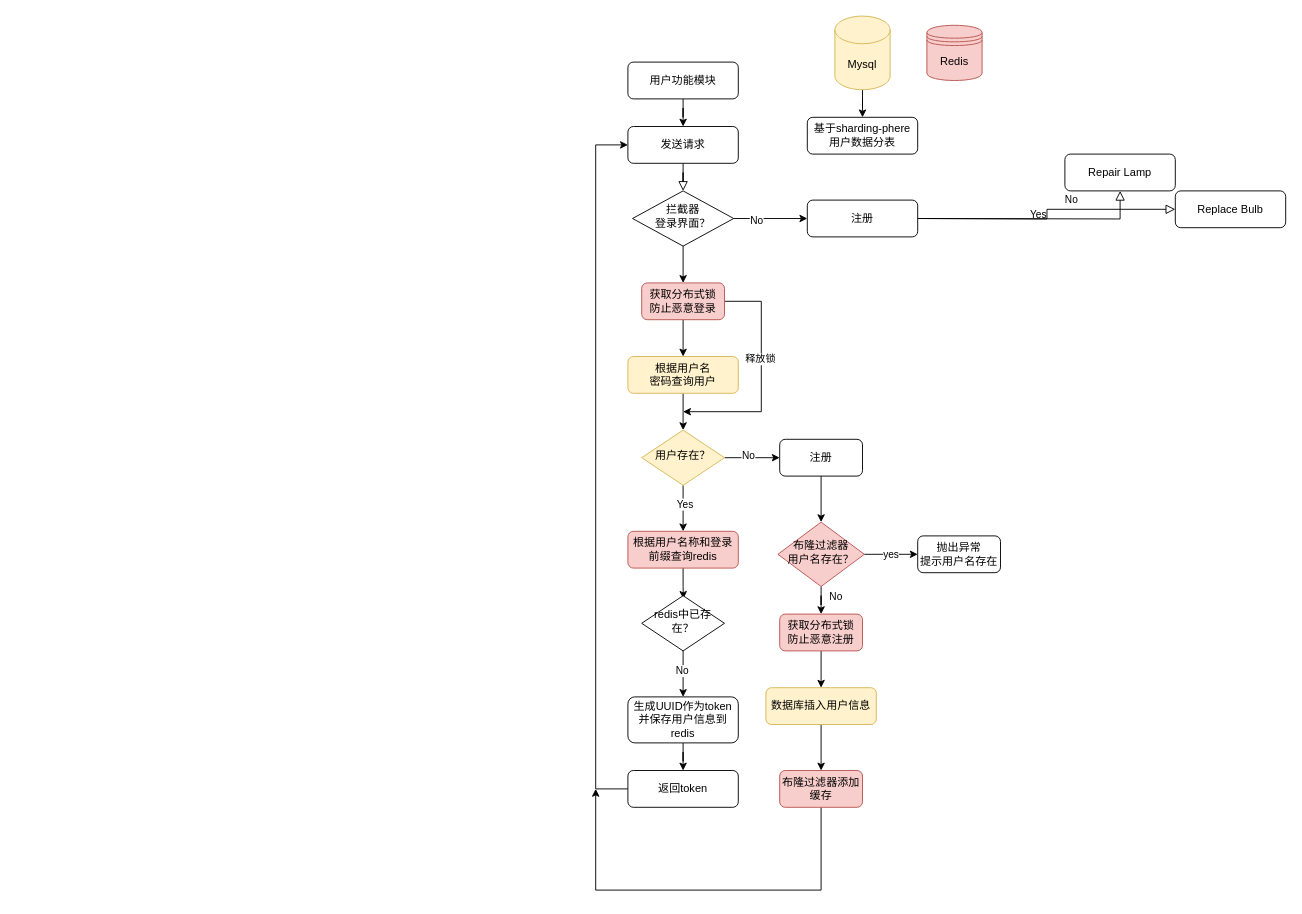
Pandaxia8/Test keeps this draw.io diagram as 短链接系统.drawio. Above is the earlier version. Source tidied: cells renumbered, new cells numbered last; positions are measured from the earlier drawing's top-left corner, leaving out a move shared by most shapes. Both pictures are drawn from the tidied source at 92%, with x=0, y=0 at pixel (595, 16).
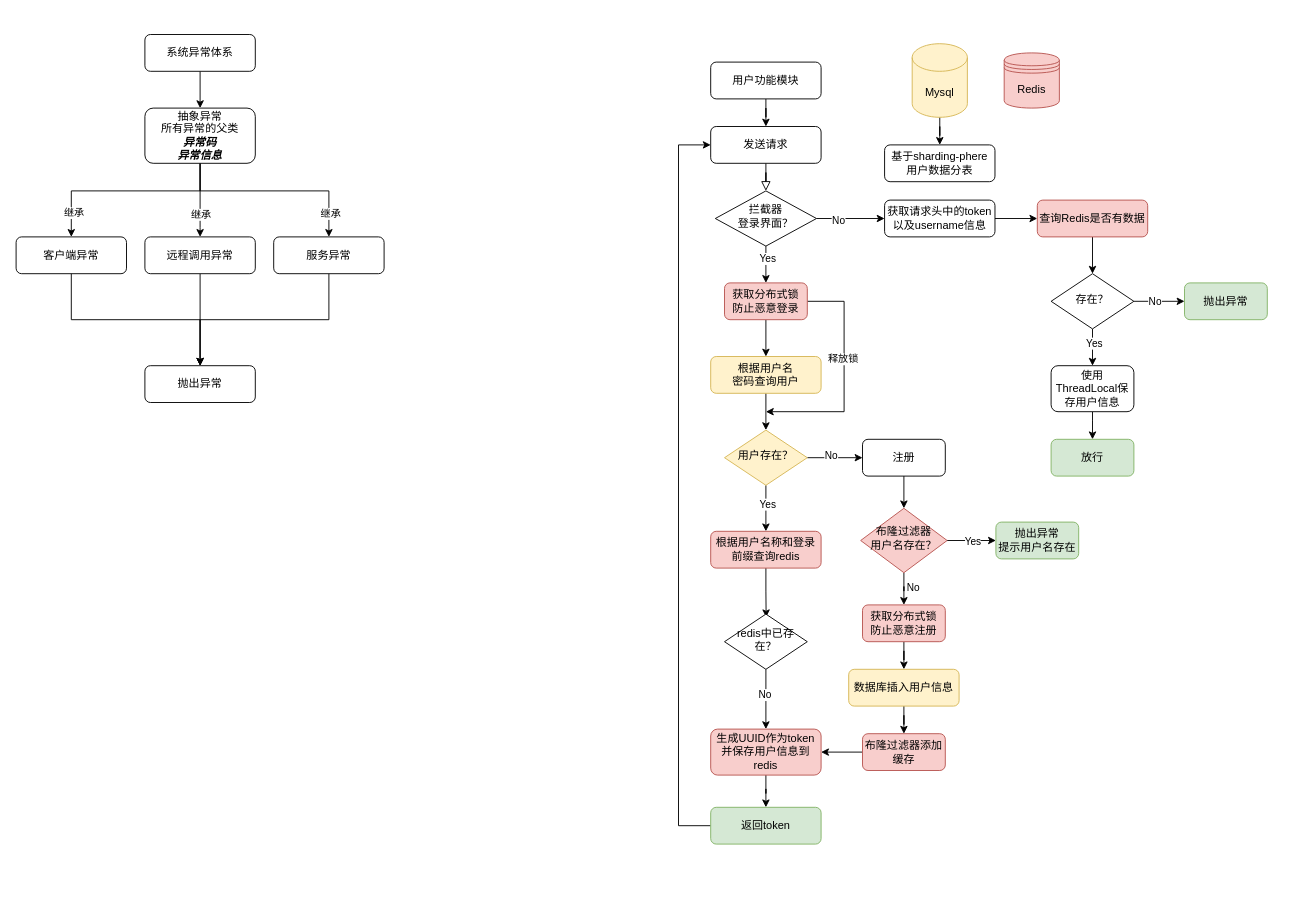
The same diagram, later.

Commit message (it also covers changes not shown here):
更新短链接系统.drawio

The change refers to these unchanged cells:
```xml
<mxCell id="37" style="edgeStyle=orthogonalEdgeStyle;rounded=0;jettySize=auto;html=1;" parent="1" edge="1" source="41" target="42">
  <mxGeometry relative="1" as="geometry" />
</mxCell>
<mxCell id="39" style="edgeStyle=orthogonalEdgeStyle;rounded=0;jettySize=auto;html=1;" parent="1" edge="1" source="41" target="44">
  <mxGeometry relative="1" as="geometry" />
</mxCell>
```

Diff of the diagram source:
```diff
@@
     <mxCell id="3" value="发送请求" style="rounded=1;whiteSpace=wrap;html=1;fontSize=12;glass=0;strokeWidth=1;shadow=0;" parent="1" vertex="1">
-      <mxGeometry x="35" y="120" width="120" height="40" as="geometry" />
+      <mxGeometry x="125" y="120" width="120" height="40" as="geometry" />
     </mxCell>
@@
     <mxCell id="6" style="edgeStyle=orthogonalEdgeStyle;rounded=0;jettySize=auto;html=1;" parent="1" edge="1" source="7" target="48">
-      <mxGeometry relative="1" as="geometry" />
+      <mxGeometry relative="1" as="geometry">
+        <Array as="points">
+          <mxPoint x="185" y="260" />
+          <mxPoint x="185" y="260" />
+        </Array>
+      </mxGeometry>
     </mxCell>
+    <mxCell id="53" value="Yes" style="edgeLabel;html=1;align=center;verticalAlign=middle;" parent="6" vertex="1">
+      <mxGeometry x="-0.34" y="1" relative="1" as="geometry" />
+    </mxCell>
     <mxCell id="7" value="拦截器&lt;br&gt;登录界面？" style="rhombus;whiteSpace=wrap;html=1;shadow=0;fontFamily=Helvetica;fontSize=12;align=center;strokeWidth=1;spacing=6;spacingTop=-4;" parent="1" vertex="1">
-      <mxGeometry x="40" y="190" width="110" height="60" as="geometry" />
+      <mxGeometry x="130" y="190" width="110" height="60" as="geometry" />
     </mxCell>
@@
     <mxCell id="9" value="根据用户名&lt;br&gt;密码查询用户" style="rounded=1;whiteSpace=wrap;html=1;fontSize=12;glass=0;strokeWidth=1;shadow=0;fillColor=#fff2cc;strokeColor=#d6b656;" parent="1" vertex="1">
-      <mxGeometry x="35" y="370" width="120" height="40" as="geometry" />
+      <mxGeometry x="125" y="370" width="120" height="40" as="geometry" />
     </mxCell>
-    <mxCell id="10" value="No" style="rounded=0;html=1;jettySize=auto;fontSize=11;endArrow=block;endFill=0;endSize=8;strokeWidth=1;shadow=0;labelBackgroundColor=none;edgeStyle=orthogonalEdgeStyle;" parent="1" edge="1" target="12">
-      <mxGeometry x="0.33" y="20" relative="1" as="geometry">
-        <mxPoint x="350" y="220" as="sourcePoint" />
-      </mxGeometry>
-    </mxCell>
-    <mxCell id="11" value="Yes" style="edgeStyle=orthogonalEdgeStyle;rounded=0;html=1;jettySize=auto;fontSize=11;endArrow=block;endFill=0;endSize=8;strokeWidth=1;shadow=0;labelBackgroundColor=none;" parent="1" edge="1" target="13">
-      <mxGeometry y="10" relative="1" as="geometry">
-        <mxPoint x="350" y="220" as="sourcePoint" />
-      </mxGeometry>
-    </mxCell>
-    <mxCell id="12" value="Repair Lamp" style="rounded=1;whiteSpace=wrap;html=1;fontSize=12;glass=0;strokeWidth=1;shadow=0;" parent="1" vertex="1">
-      <mxGeometry x="510" y="150" width="120" height="40" as="geometry" />
-    </mxCell>
-    <mxCell id="13" value="Replace Bulb" style="rounded=1;whiteSpace=wrap;html=1;fontSize=12;glass=0;strokeWidth=1;shadow=0;" parent="1" vertex="1">
-      <mxGeometry x="630" y="190" width="120" height="40" as="geometry" />
-    </mxCell>
@@
     <mxCell id="15" value="Mysql" style="shape=cylinder3;whiteSpace=wrap;html=1;boundedLbl=1;backgroundOutline=1;size=15;fillColor=#fff2cc;strokeColor=#d6b656;" parent="1" vertex="1">
-      <mxGeometry x="260" width="60" height="80" as="geometry" />
+      <mxGeometry x="344" y="30" width="60" height="80" as="geometry" />
     </mxCell>
     <mxCell id="16" value="Redis" style="shape=datastore;whiteSpace=wrap;html=1;fillColor=#f8cecc;strokeColor=#b85450;" parent="1" vertex="1">
-      <mxGeometry x="360" y="10" width="60" height="60" as="geometry" />
+      <mxGeometry x="444" y="40" width="60" height="60" as="geometry" />
     </mxCell>
     <mxCell id="17" value="基于sharding-phere&lt;br&gt;用户数据分表" style="whiteSpace=wrap;html=1;rounded=1;" parent="1" vertex="1">
-      <mxGeometry x="230" y="110" width="120" height="40" as="geometry" />
+      <mxGeometry x="314" y="140" width="120" height="40" as="geometry" />
     </mxCell>
@@
     <mxCell id="19" value="用户功能模块" style="rounded=1;whiteSpace=wrap;html=1;fontSize=12;glass=0;strokeWidth=1;shadow=0;" parent="1" vertex="1">
-      <mxGeometry x="35" y="50" width="120" height="40" as="geometry" />
+      <mxGeometry x="125" y="50" width="120" height="40" as="geometry" />
     </mxCell>
@@
     <mxCell id="24" value="用户存在？" style="rhombus;whiteSpace=wrap;html=1;shadow=0;fontFamily=Helvetica;fontSize=12;align=center;strokeWidth=1;spacing=6;spacingTop=-4;fillColor=#fff2cc;strokeColor=#d6b656;" parent="1" vertex="1">
-      <mxGeometry x="50" y="450" width="90" height="60" as="geometry" />
+      <mxGeometry x="140" y="450" width="90" height="60" as="geometry" />
     </mxCell>
     <mxCell id="25" style="edgeStyle=orthogonalEdgeStyle;rounded=0;jettySize=auto;html=1;" parent="1" edge="1" source="26" target="41">
       <mxGeometry relative="1" as="geometry">
         <Array as="points">
-          <mxPoint x="245" y="580" />
-          <mxPoint x="243" y="580" />
+          <mxPoint x="335" y="580" />
+          <mxPoint x="333" y="580" />
         </Array>
       </mxGeometry>
     </mxCell>
     <mxCell id="26" value="注册" style="rounded=1;whiteSpace=wrap;html=1;fontSize=12;glass=0;strokeWidth=1;shadow=0;" parent="1" vertex="1">
-      <mxGeometry x="200" y="460" width="90" height="40" as="geometry" />
+      <mxGeometry x="290" y="460" width="90" height="40" as="geometry" />
     </mxCell>
@@
     <mxCell id="28" value="根据用户名称和登录前缀查询redis" style="rounded=1;whiteSpace=wrap;html=1;fontSize=12;glass=0;strokeWidth=1;shadow=0;fillColor=#f8cecc;strokeColor=#b85450;" parent="1" vertex="1">
-      <mxGeometry x="35" y="560" width="120" height="40" as="geometry" />
+      <mxGeometry x="125" y="560" width="120" height="40" as="geometry" />
     </mxCell>
@@
     <mxCell id="31" value="redis中已存在？" style="rhombus;whiteSpace=wrap;html=1;shadow=0;fontFamily=Helvetica;fontSize=12;align=center;strokeWidth=1;spacing=6;spacingTop=-4;" parent="1" vertex="1">
-      <mxGeometry x="50" y="630" width="90" height="60" as="geometry" />
+      <mxGeometry x="140" y="650" width="90" height="60" as="geometry" />
     </mxCell>
@@
-    <mxCell id="33" value="生成UUID作为token&lt;br&gt;并保存用户信息到redis" style="rounded=1;whiteSpace=wrap;html=1;fontSize=12;glass=0;strokeWidth=1;shadow=0;" parent="1" vertex="1">
-      <mxGeometry x="35" y="740" width="120" height="50" as="geometry" />
+    <mxCell id="33" value="生成UUID作为token&lt;br&gt;并保存用户信息到redis" style="rounded=1;whiteSpace=wrap;html=1;fontSize=12;glass=0;strokeWidth=1;shadow=0;fillColor=#f8cecc;strokeColor=#b85450;" parent="1" vertex="1">
+      <mxGeometry x="125" y="775" width="120" height="50" as="geometry" />
     </mxCell>
     <mxCell id="34" style="edgeStyle=orthogonalEdgeStyle;rounded=0;jettySize=auto;html=1;exitX=0;exitY=0.5;exitDx=0;exitDy=0;entryX=0;entryY=0.5;entryDx=0;entryDy=0;" parent="1" edge="1" source="35" target="3">
       <mxGeometry relative="1" as="geometry">
         <Array as="points">
-          <mxPoint y="840" />
-          <mxPoint y="140" />
+          <mxPoint x="90" y="880" />
+          <mxPoint x="90" y="140" />
         </Array>
       </mxGeometry>
     </mxCell>
-    <mxCell id="35" value="返回token" style="rounded=1;whiteSpace=wrap;html=1;fontSize=12;glass=0;strokeWidth=1;shadow=0;" parent="1" vertex="1">
-      <mxGeometry x="35" y="820" width="120" height="40" as="geometry" />
+    <mxCell id="35" value="返回token" style="rounded=1;whiteSpace=wrap;html=1;fontSize=12;glass=0;strokeWidth=1;shadow=0;fillColor=#d5e8d4;strokeColor=#82b366;" parent="1" vertex="1">
+      <mxGeometry x="125" y="860" width="120" height="40" as="geometry" />
     </mxCell>
+    <mxCell id="54" style="edgeStyle=orthogonalEdgeStyle;rounded=0;jettySize=auto;html=1;" parent="1" edge="1" source="36" target="57">
+      <mxGeometry relative="1" as="geometry" />
+    </mxCell>
-    <mxCell id="36" value="注册" style="rounded=1;whiteSpace=wrap;html=1;fontSize=12;glass=0;strokeWidth=1;shadow=0;" parent="1" vertex="1">
-      <mxGeometry x="230" y="200" width="120" height="40" as="geometry" />
+    <mxCell id="36" value="获取请求头中的token以及username信息" style="rounded=1;whiteSpace=wrap;html=1;fontSize=12;glass=0;strokeWidth=1;shadow=0;" parent="1" vertex="1">
+      <mxGeometry x="314" y="200" width="120" height="40" as="geometry" />
     </mxCell>
@@
-    <mxCell id="38" value="yes" style="edgeLabel;html=1;align=center;verticalAlign=middle;" parent="37" vertex="1">
+    <mxCell id="38" value="Yes" style="edgeLabel;html=1;align=center;verticalAlign=middle;" parent="37" vertex="1">
       <mxGeometry x="-0.47" y="2" relative="1" as="geometry">
         <mxPoint x="13" y="2" as="offset" />
       </mxGeometry>
     </mxCell>
@@
     <mxCell id="40" value="No" style="edgeLabel;html=1;align=center;verticalAlign=middle;" parent="39" vertex="1">
       <mxGeometry x="0.33" y="-1" relative="1" as="geometry">
-        <mxPoint x="16" y="-3" as="offset" />
+        <mxPoint x="10" y="-5" as="offset" />
       </mxGeometry>
     </mxCell>
     <mxCell id="41" value="布隆过滤器&lt;br&gt;用户名存在？" style="rhombus;whiteSpace=wrap;html=1;shadow=0;fontFamily=Helvetica;fontSize=12;align=center;strokeWidth=1;spacing=6;spacingTop=-4;fillColor=#f8cecc;strokeColor=#b85450;" parent="1" vertex="1">
-      <mxGeometry x="198" y="550" width="94" height="70" as="geometry" />
+      <mxGeometry x="288" y="535" width="94" height="70" as="geometry" />
     </mxCell>
-    <mxCell id="42" value="抛出异常&lt;br&gt;提示用户名存在" style="rounded=1;whiteSpace=wrap;html=1;fontSize=12;glass=0;strokeWidth=1;shadow=0;" parent="1" vertex="1">
-      <mxGeometry x="350" y="565" width="90" height="40" as="geometry" />
+    <mxCell id="42" value="抛出异常&lt;br&gt;提示用户名存在" style="rounded=1;whiteSpace=wrap;html=1;fontSize=12;glass=0;strokeWidth=1;shadow=0;fillColor=#d5e8d4;strokeColor=#82b366;" parent="1" vertex="1">
+      <mxGeometry x="435" y="550" width="90" height="40" as="geometry" />
     </mxCell>
@@
     <mxCell id="44" value="获取分布式锁&lt;br&gt;防止恶意注册" style="rounded=1;whiteSpace=wrap;html=1;fontSize=12;glass=0;strokeWidth=1;shadow=0;fillColor=#f8cecc;strokeColor=#b85450;" parent="1" vertex="1">
-      <mxGeometry x="200" y="650" width="90" height="40" as="geometry" />
+      <mxGeometry x="290" y="640" width="90" height="40" as="geometry" />
     </mxCell>
@@
     <mxCell id="46" style="edgeStyle=orthogonalEdgeStyle;rounded=0;jettySize=auto;html=1;exitX=1;exitY=0.5;exitDx=0;exitDy=0;" parent="1" edge="1" source="48">
       <mxGeometry relative="1" as="geometry">
-        <mxPoint x="95" y="430" as="targetPoint" />
+        <mxPoint x="185" y="430" as="targetPoint" />
         <Array as="points">
-          <mxPoint x="180" y="310" />
-          <mxPoint x="180" y="430" />
+          <mxPoint x="270" y="310" />
+          <mxPoint x="270" y="430" />
         </Array>
       </mxGeometry>
     </mxCell>
@@
     <mxCell id="48" value="获取分布式锁&lt;br&gt;防止恶意登录" style="rounded=1;whiteSpace=wrap;html=1;fontSize=12;glass=0;strokeWidth=1;shadow=0;fillColor=#f8cecc;strokeColor=#b85450;" parent="1" vertex="1">
-      <mxGeometry x="50" y="290" width="90" height="40" as="geometry" />
+      <mxGeometry x="140" y="290" width="90" height="40" as="geometry" />
     </mxCell>
@@
     <mxCell id="50" value="数据库插入用户信息" style="rounded=1;whiteSpace=wrap;html=1;fontSize=12;glass=0;strokeWidth=1;shadow=0;fillColor=#fff2cc;strokeColor=#d6b656;" parent="1" vertex="1">
-      <mxGeometry x="185" y="730" width="120" height="40" as="geometry" />
+      <mxGeometry x="275" y="710" width="120" height="40" as="geometry" />
     </mxCell>
-    <mxCell id="51" style="edgeStyle=orthogonalEdgeStyle;rounded=0;jettySize=auto;html=1;exitX=0.5;exitY=1;exitDx=0;exitDy=0;" parent="1" edge="1" source="52">
-      <mxGeometry relative="1" as="geometry">
-        <mxPoint y="840" as="targetPoint" />
-        <Array as="points">
-          <mxPoint x="245" y="950" />
-          <mxPoint y="950" />
-        </Array>
-      </mxGeometry>
-    </mxCell>
+    <mxCell id="55" style="edgeStyle=orthogonalEdgeStyle;rounded=0;jettySize=auto;html=1;" parent="1" edge="1" source="52" target="33">
+      <mxGeometry relative="1" as="geometry" />
+    </mxCell>
     <mxCell id="52" value="布隆过滤器添加缓存" style="rounded=1;whiteSpace=wrap;html=1;fontSize=12;glass=0;strokeWidth=1;shadow=0;fillColor=#f8cecc;strokeColor=#b85450;" parent="1" vertex="1">
-      <mxGeometry x="200" y="820" width="90" height="40" as="geometry" />
+      <mxGeometry x="290" y="780" width="90" height="40" as="geometry" />
     </mxCell>
+    <mxCell id="56" style="edgeStyle=orthogonalEdgeStyle;rounded=0;jettySize=auto;html=1;" parent="1" edge="1" source="57" target="61">
+      <mxGeometry relative="1" as="geometry" />
+    </mxCell>
+    <mxCell id="57" value="查询Redis是否有数据" style="rounded=1;whiteSpace=wrap;html=1;fontSize=12;glass=0;strokeWidth=1;shadow=0;fillColor=#f8cecc;strokeColor=#b85450;" parent="1" vertex="1">
+      <mxGeometry x="480" y="200" width="120" height="40" as="geometry" />
+    </mxCell>
+    <mxCell id="58" style="edgeStyle=orthogonalEdgeStyle;rounded=0;jettySize=auto;html=1;" parent="1" edge="1" source="61" target="62">
+      <mxGeometry relative="1" as="geometry" />
+    </mxCell>
+    <mxCell id="10" value="No" style="edgeLabel;html=1;align=center;verticalAlign=middle;" parent="58" vertex="1">
+      <mxGeometry x="-0.2" relative="1" as="geometry" />
+    </mxCell>
+    <mxCell id="59" style="edgeStyle=orthogonalEdgeStyle;rounded=0;jettySize=auto;html=1;" parent="1" edge="1" source="61" target="64">
+      <mxGeometry relative="1" as="geometry" />
+    </mxCell>
+    <mxCell id="60" value="Yes" style="edgeLabel;html=1;align=center;verticalAlign=middle;" parent="59" vertex="1">
+      <mxGeometry x="-0.26" y="1" relative="1" as="geometry" />
+    </mxCell>
+    <mxCell id="61" value="存在？" style="rhombus;whiteSpace=wrap;html=1;shadow=0;fontFamily=Helvetica;fontSize=12;align=center;strokeWidth=1;spacing=6;spacingTop=-4;" parent="1" vertex="1">
+      <mxGeometry x="495" y="280" width="90" height="60" as="geometry" />
+    </mxCell>
+    <mxCell id="62" value="抛出异常" style="rounded=1;whiteSpace=wrap;html=1;fontSize=12;glass=0;strokeWidth=1;shadow=0;fillColor=#d5e8d4;strokeColor=#82b366;" parent="1" vertex="1">
+      <mxGeometry x="640" y="290" width="90" height="40" as="geometry" />
+    </mxCell>
+    <mxCell id="63" style="edgeStyle=orthogonalEdgeStyle;rounded=0;jettySize=auto;html=1;entryX=0.5;entryY=0;entryDx=0;entryDy=0;" parent="1" edge="1" source="64" target="65">
+      <mxGeometry relative="1" as="geometry">
+        <Array as="points">
+          <mxPoint x="540" y="440" />
+          <mxPoint x="540" y="440" />
+        </Array>
+      </mxGeometry>
+    </mxCell>
+    <mxCell id="64" value="使用ThreadLocal保存用户信息" style="rounded=1;whiteSpace=wrap;html=1;fontSize=12;glass=0;strokeWidth=1;shadow=0;" parent="1" vertex="1">
+      <mxGeometry x="495" y="380" width="90" height="50" as="geometry" />
+    </mxCell>
+    <mxCell id="65" value="放行" style="rounded=1;whiteSpace=wrap;html=1;fontSize=12;glass=0;strokeWidth=1;shadow=0;fillColor=#d5e8d4;strokeColor=#82b366;" parent="1" vertex="1">
+      <mxGeometry x="495" y="460" width="90" height="40" as="geometry" />
+    </mxCell>
+    <mxCell id="66" style="edgeStyle=orthogonalEdgeStyle;rounded=0;jettySize=auto;html=1;entryX=0.5;entryY=0;entryDx=0;entryDy=0;" parent="1" edge="1" source="72" target="74">
+      <mxGeometry relative="1" as="geometry">
+        <Array as="points">
+          <mxPoint x="-430" y="190" />
+          <mxPoint x="-570" y="190" />
+        </Array>
+      </mxGeometry>
+    </mxCell>
+    <mxCell id="67" value="继承" style="edgeLabel;html=1;align=center;verticalAlign=middle;" parent="66" vertex="1">
+      <mxGeometry x="0.75" y="2" relative="1" as="geometry" />
+    </mxCell>
+    <mxCell id="68" style="edgeStyle=orthogonalEdgeStyle;rounded=0;jettySize=auto;html=1;entryX=0.5;entryY=0;entryDx=0;entryDy=0;" parent="1" edge="1" source="72" target="76">
+      <mxGeometry relative="1" as="geometry">
+        <Array as="points">
+          <mxPoint x="-430" y="230" />
+        </Array>
+      </mxGeometry>
+    </mxCell>
+    <mxCell id="69" value="继承" style="edgeLabel;html=1;align=center;verticalAlign=middle;" parent="68" vertex="1">
+      <mxGeometry x="0.37" relative="1" as="geometry" />
+    </mxCell>
+    <mxCell id="70" style="edgeStyle=orthogonalEdgeStyle;rounded=0;jettySize=auto;html=1;entryX=0.5;entryY=0;entryDx=0;entryDy=0;" parent="1" edge="1" source="72" target="78">
+      <mxGeometry relative="1" as="geometry">
+        <Array as="points">
+          <mxPoint x="-430" y="190" />
+          <mxPoint x="-290" y="190" />
+        </Array>
+      </mxGeometry>
+    </mxCell>
+    <mxCell id="71" value="继承" style="edgeLabel;html=1;align=center;verticalAlign=middle;" parent="70" vertex="1">
+      <mxGeometry x="0.76" y="1" relative="1" as="geometry" />
+    </mxCell>
+    <mxCell id="72" value="抽象异常&lt;br&gt;所有异常的父类&lt;br&gt;&lt;b&gt;&lt;i&gt;异常码&lt;br&gt;异常信息&lt;/i&gt;&lt;/b&gt;" style="rounded=1;whiteSpace=wrap;html=1;fontSize=12;glass=0;strokeWidth=1;shadow=0;" parent="1" vertex="1">
+      <mxGeometry x="-490" y="100" width="120" height="60" as="geometry" />
+    </mxCell>
+    <mxCell id="73" style="edgeStyle=orthogonalEdgeStyle;rounded=0;jettySize=auto;html=1;entryX=0.5;entryY=0;entryDx=0;entryDy=0;" parent="1" edge="1" target="81">
+      <mxGeometry relative="1" as="geometry">
+        <mxPoint x="-570" y="270" as="sourcePoint" />
+        <Array as="points">
+          <mxPoint x="-570" y="330" />
+          <mxPoint x="-430" y="330" />
+        </Array>
+      </mxGeometry>
+    </mxCell>
+    <mxCell id="74" value="客户端异常" style="rounded=1;whiteSpace=wrap;html=1;fontSize=12;glass=0;strokeWidth=1;shadow=0;" parent="1" vertex="1">
+      <mxGeometry x="-630" y="240" width="120" height="40" as="geometry" />
+    </mxCell>
+    <mxCell id="75" style="edgeStyle=orthogonalEdgeStyle;rounded=0;jettySize=auto;html=1;" parent="1" edge="1" source="76" target="81">
+      <mxGeometry relative="1" as="geometry" />
+    </mxCell>
+    <mxCell id="76" value="远程调用异常" style="rounded=1;whiteSpace=wrap;html=1;fontSize=12;glass=0;strokeWidth=1;shadow=0;" parent="1" vertex="1">
+      <mxGeometry x="-490" y="240" width="120" height="40" as="geometry" />
+    </mxCell>
+    <mxCell id="77" style="edgeStyle=orthogonalEdgeStyle;rounded=0;jettySize=auto;html=1;entryX=0.5;entryY=0;entryDx=0;entryDy=0;" parent="1" edge="1" source="78" target="81">
+      <mxGeometry relative="1" as="geometry">
+        <Array as="points">
+          <mxPoint x="-290" y="330" />
+          <mxPoint x="-430" y="330" />
+        </Array>
+      </mxGeometry>
+    </mxCell>
+    <mxCell id="78" value="服务异常" style="rounded=1;whiteSpace=wrap;html=1;fontSize=12;glass=0;strokeWidth=1;shadow=0;" parent="1" vertex="1">
+      <mxGeometry x="-350" y="240" width="120" height="40" as="geometry" />
+    </mxCell>
+    <mxCell id="79" style="edgeStyle=orthogonalEdgeStyle;rounded=0;jettySize=auto;html=1;" parent="1" edge="1" source="80" target="72">
+      <mxGeometry relative="1" as="geometry" />
+    </mxCell>
+    <mxCell id="80" value="系统异常体系" style="rounded=1;whiteSpace=wrap;html=1;fontSize=12;glass=0;strokeWidth=1;shadow=0;" parent="1" vertex="1">
+      <mxGeometry x="-490" y="20" width="120" height="40" as="geometry" />
+    </mxCell>
+    <mxCell id="81" value="抛出异常" style="rounded=1;whiteSpace=wrap;html=1;fontSize=12;glass=0;strokeWidth=1;shadow=0;" parent="1" vertex="1">
+      <mxGeometry x="-490" y="380" width="120" height="40" as="geometry" />
+    </mxCell>
```
